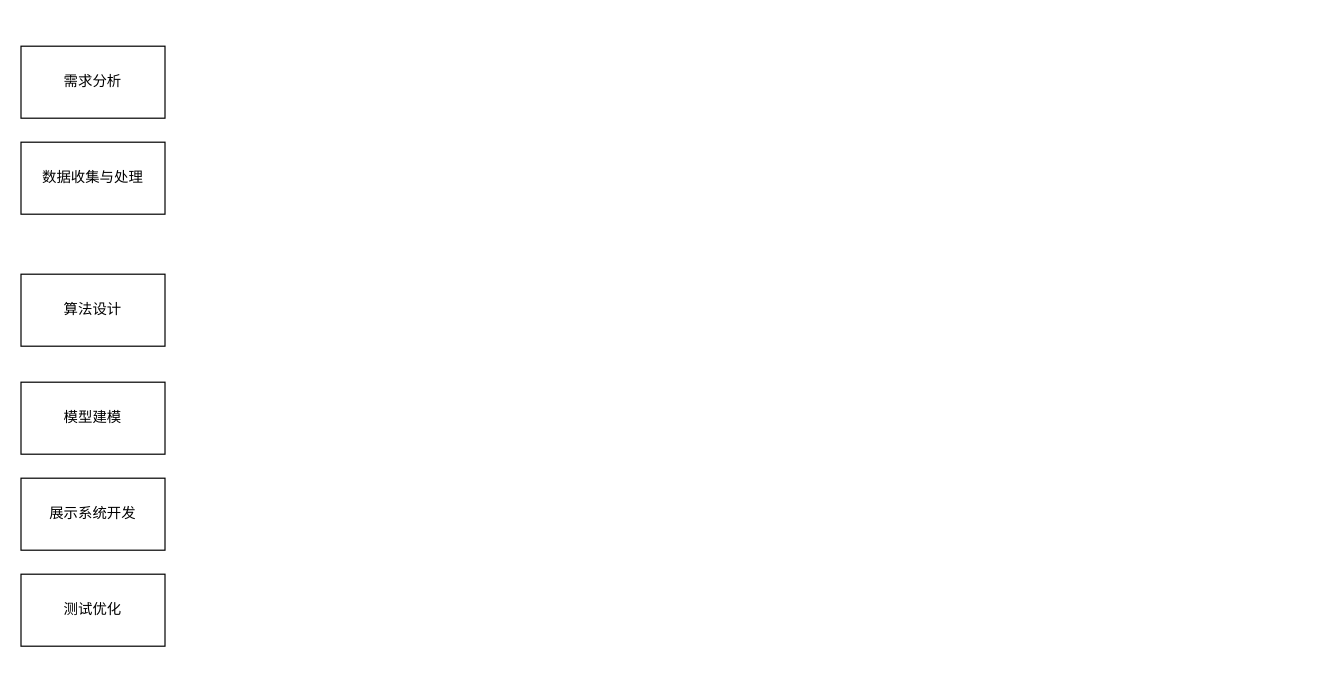
Earlier version of the draw.io diagram 未命名绘图.drawio (628014/628014.github.io). Source tidied: cells renumbered, new cells numbered last; positions are measured from the earlier drawing's top-left corner, leaving out a move shared by most shapes. Both pictures are drawn from the tidied source at 120%, with x=0, y=0 at pixel (20, 46).
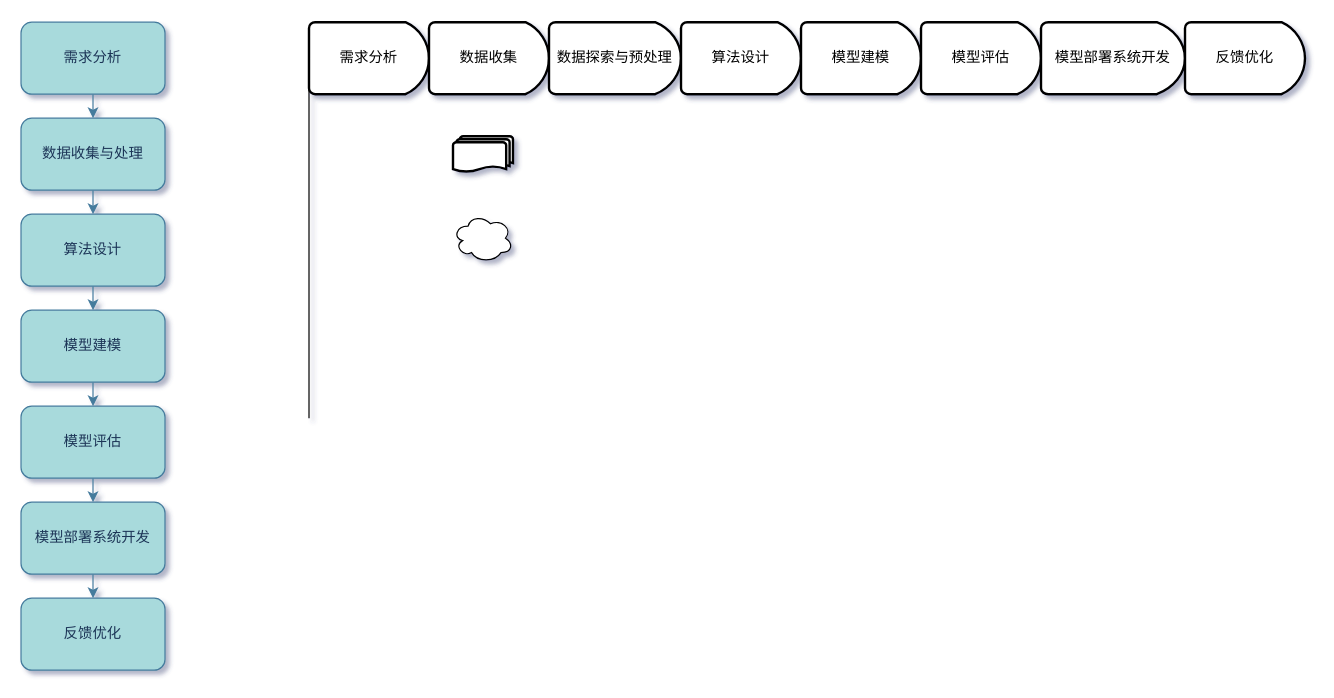
After the change.

Commit message (it also covers changes not shown here):
更新未命名绘图.drawio

Change to the diagram source:
```diff
@@
-<mxGraphModel>
+<mxGraphModel shadow="1">
@@
+    <mxCell id="8" style="edgeStyle=orthogonalEdgeStyle;rounded=1;jettySize=auto;html=1;entryX=0.5;entryY=0;entryDx=0;entryDy=0;fillColor=#A8DADC;strokeColor=#457B9D;labelBackgroundColor=none;fontColor=default;fontFamily=Times New Roman;" parent="1" edge="1" source="2" target="3">
+      <mxGeometry relative="1" as="geometry" />
+    </mxCell>
-    <mxCell id="2" value="&lt;p class=&quot;MsoNormal&quot;&gt;需求分析&lt;/p&gt;" style="rounded=0;whiteSpace=wrap;html=1;" parent="1" vertex="1">
-      <mxGeometry width="120" height="60" as="geometry" />
+    <mxCell id="2" value="&lt;p class=&quot;MsoNormal&quot;&gt;&lt;font face=&quot;Helvetica&quot;&gt;需求分析&lt;/font&gt;&lt;/p&gt;" style="rounded=1;whiteSpace=wrap;html=1;fillColor=#A8DADC;strokeColor=#457B9D;labelBackgroundColor=none;fontColor=#1D3557;fontFamily=Times New Roman;" parent="1" vertex="1">
+      <mxGeometry y="-20" width="120" height="60" as="geometry" />
     </mxCell>
+    <mxCell id="9" style="edgeStyle=orthogonalEdgeStyle;rounded=1;jettySize=auto;html=1;entryX=0.5;entryY=0;entryDx=0;entryDy=0;fillColor=#A8DADC;strokeColor=#457B9D;labelBackgroundColor=none;fontColor=default;fontFamily=Times New Roman;" parent="1" edge="1" source="3" target="4">
+      <mxGeometry relative="1" as="geometry" />
+    </mxCell>
-    <mxCell id="3" value="&lt;p class=&quot;MsoNormal&quot;&gt;数据收集与处理&lt;/p&gt;" style="rounded=0;whiteSpace=wrap;html=1;" parent="1" vertex="1">
-      <mxGeometry y="80" width="120" height="60" as="geometry" />
+    <mxCell id="3" value="&lt;p class=&quot;MsoNormal&quot;&gt;数据收集与处理&lt;/p&gt;" style="rounded=1;whiteSpace=wrap;html=1;fillColor=#A8DADC;strokeColor=#457B9D;labelBackgroundColor=none;fontColor=#1D3557;fontFamily=Times New Roman;" parent="1" vertex="1">
+      <mxGeometry y="60" width="120" height="60" as="geometry" />
     </mxCell>
+    <mxCell id="10" style="edgeStyle=orthogonalEdgeStyle;rounded=1;jettySize=auto;html=1;entryX=0.5;entryY=0;entryDx=0;entryDy=0;fillColor=#A8DADC;strokeColor=#457B9D;labelBackgroundColor=none;fontColor=default;fontFamily=Times New Roman;" parent="1" edge="1" source="4" target="5">
+      <mxGeometry relative="1" as="geometry" />
+    </mxCell>
-    <mxCell id="4" value="&lt;p class=&quot;MsoNormal&quot;&gt;算法设计&lt;/p&gt;" style="rounded=0;whiteSpace=wrap;html=1;" parent="1" vertex="1">
-      <mxGeometry y="190" width="120" height="60" as="geometry" />
+    <mxCell id="4" value="&lt;p class=&quot;MsoNormal&quot;&gt;算法设计&lt;/p&gt;" style="rounded=1;whiteSpace=wrap;html=1;fillColor=#A8DADC;strokeColor=#457B9D;labelBackgroundColor=none;fontColor=#1D3557;fontFamily=Times New Roman;" parent="1" vertex="1">
+      <mxGeometry y="140" width="120" height="60" as="geometry" />
     </mxCell>
+    <mxCell id="11" style="edgeStyle=orthogonalEdgeStyle;rounded=1;jettySize=auto;html=1;fillColor=#A8DADC;strokeColor=#457B9D;labelBackgroundColor=none;fontColor=default;fontFamily=Times New Roman;" parent="1" edge="1" source="5" target="14">
+      <mxGeometry relative="1" as="geometry" />
+    </mxCell>
-    <mxCell id="5" value="&lt;p class=&quot;MsoNormal&quot;&gt;模型建模&lt;/p&gt;" style="rounded=0;whiteSpace=wrap;html=1;" parent="1" vertex="1">
-      <mxGeometry y="280" width="120" height="60" as="geometry" />
+    <mxCell id="5" value="&lt;p class=&quot;MsoNormal&quot;&gt;模型建模&lt;/p&gt;" style="rounded=1;whiteSpace=wrap;html=1;fillColor=#A8DADC;strokeColor=#457B9D;labelBackgroundColor=none;fontColor=#1D3557;fontFamily=Times New Roman;" parent="1" vertex="1">
+      <mxGeometry y="220" width="120" height="60" as="geometry" />
     </mxCell>
+    <mxCell id="12" style="edgeStyle=orthogonalEdgeStyle;rounded=1;jettySize=auto;html=1;entryX=0.5;entryY=0;entryDx=0;entryDy=0;fillColor=#A8DADC;strokeColor=#457B9D;labelBackgroundColor=none;fontColor=default;fontFamily=Times New Roman;" parent="1" edge="1" source="6" target="7">
+      <mxGeometry relative="1" as="geometry" />
+    </mxCell>
-    <mxCell id="6" value="&lt;p class=&quot;MsoNormal&quot;&gt;展示系统开发&lt;/p&gt;" style="rounded=0;whiteSpace=wrap;html=1;" parent="1" vertex="1">
-      <mxGeometry y="360" width="120" height="60" as="geometry" />
+    <mxCell id="6" value="&lt;p class=&quot;MsoNormal&quot;&gt;模型部署系统开发&lt;/p&gt;" style="rounded=1;whiteSpace=wrap;html=1;fillColor=#A8DADC;strokeColor=#457B9D;labelBackgroundColor=none;fontColor=#1D3557;fontFamily=Times New Roman;" parent="1" vertex="1">
+      <mxGeometry y="380" width="120" height="60" as="geometry" />
     </mxCell>
-    <mxCell id="7" value="&lt;p class=&quot;MsoNormal&quot;&gt;测试优化&lt;/p&gt;" style="rounded=0;whiteSpace=wrap;html=1;" parent="1" vertex="1">
-      <mxGeometry y="440" width="120" height="60" as="geometry" />
+    <mxCell id="7" value="&lt;p class=&quot;MsoNormal&quot;&gt;反馈优化&lt;/p&gt;" style="rounded=1;whiteSpace=wrap;html=1;fillColor=#A8DADC;strokeColor=#457B9D;labelBackgroundColor=none;fontColor=#1D3557;fontFamily=Times New Roman;" parent="1" vertex="1">
+      <mxGeometry y="460" width="120" height="60" as="geometry" />
     </mxCell>
+    <mxCell id="13" style="edgeStyle=orthogonalEdgeStyle;rounded=1;jettySize=auto;html=1;entryX=0.5;entryY=0;entryDx=0;entryDy=0;fillColor=#A8DADC;strokeColor=#457B9D;labelBackgroundColor=none;fontColor=default;fontFamily=Times New Roman;" parent="1" edge="1" source="14" target="6">
+      <mxGeometry relative="1" as="geometry" />
+    </mxCell>
+    <mxCell id="14" value="&lt;p class=&quot;MsoNormal&quot;&gt;模型评估&lt;/p&gt;" style="rounded=1;whiteSpace=wrap;html=1;fillColor=#A8DADC;strokeColor=#457B9D;labelBackgroundColor=none;fontColor=#1D3557;fontFamily=Times New Roman;" parent="1" vertex="1">
+      <mxGeometry y="300" width="120" height="60" as="geometry" />
+    </mxCell>
+    <mxCell id="15" value="需求分析" style="strokeWidth=2;html=1;shape=mxgraph.flowchart.delay;whiteSpace=wrap;" parent="1" vertex="1">
+      <mxGeometry x="240" y="-20" width="100" height="60" as="geometry" />
+    </mxCell>
+    <mxCell id="16" value="数据收集" style="strokeWidth=2;html=1;shape=mxgraph.flowchart.delay;whiteSpace=wrap;" parent="1" vertex="1">
+      <mxGeometry x="340" y="-20" width="100" height="60" as="geometry" />
+    </mxCell>
+    <mxCell id="17" value="数据探索与预处理" style="strokeWidth=2;html=1;shape=mxgraph.flowchart.delay;whiteSpace=wrap;" parent="1" vertex="1">
+      <mxGeometry x="440" y="-20" width="110" height="60" as="geometry" />
+    </mxCell>
+    <mxCell id="18" value="算法设计" style="strokeWidth=2;html=1;shape=mxgraph.flowchart.delay;whiteSpace=wrap;" parent="1" vertex="1">
+      <mxGeometry x="550" y="-20" width="100" height="60" as="geometry" />
+    </mxCell>
+    <mxCell id="19" value="模型建模" style="strokeWidth=2;html=1;shape=mxgraph.flowchart.delay;whiteSpace=wrap;" parent="1" vertex="1">
+      <mxGeometry x="650" y="-20" width="100" height="60" as="geometry" />
+    </mxCell>
+    <mxCell id="20" value="模型评估" style="strokeWidth=2;html=1;shape=mxgraph.flowchart.delay;whiteSpace=wrap;" parent="1" vertex="1">
+      <mxGeometry x="750" y="-20" width="100" height="60" as="geometry" />
+    </mxCell>
+    <mxCell id="21" style="endArrow=none;html=1;rounded=0;entryX=0.02;entryY=0.985;entryDx=0;entryDy=0;entryPerimeter=0;" parent="1" edge="1">
+      <mxGeometry relative="1" as="geometry">
+        <mxPoint x="240" y="310" as="sourcePoint" />
+        <mxPoint x="240" y="34.6" as="targetPoint" />
+      </mxGeometry>
+    </mxCell>
+    <mxCell id="22" value="模型部署系统开发" style="strokeWidth=2;html=1;shape=mxgraph.flowchart.delay;whiteSpace=wrap;" parent="1" vertex="1">
+      <mxGeometry x="850" y="-20" width="120" height="60" as="geometry" />
+    </mxCell>
+    <mxCell id="23" value="反馈优化" style="strokeWidth=2;html=1;shape=mxgraph.flowchart.delay;whiteSpace=wrap;" parent="1" vertex="1">
+      <mxGeometry x="970" y="-20" width="100" height="60" as="geometry" />
+    </mxCell>
+    <mxCell id="24" style="strokeWidth=2;html=1;shape=mxgraph.flowchart.multi-document;whiteSpace=wrap;" parent="1" vertex="1">
+      <mxGeometry x="360" y="75" width="50" height="30" as="geometry" />
+    </mxCell>
+    <mxCell id="25" style="ellipse;shape=cloud;whiteSpace=wrap;html=1;" parent="1" vertex="1">
+      <mxGeometry x="360" y="140" width="50" height="40" as="geometry" />
+    </mxCell>
```
